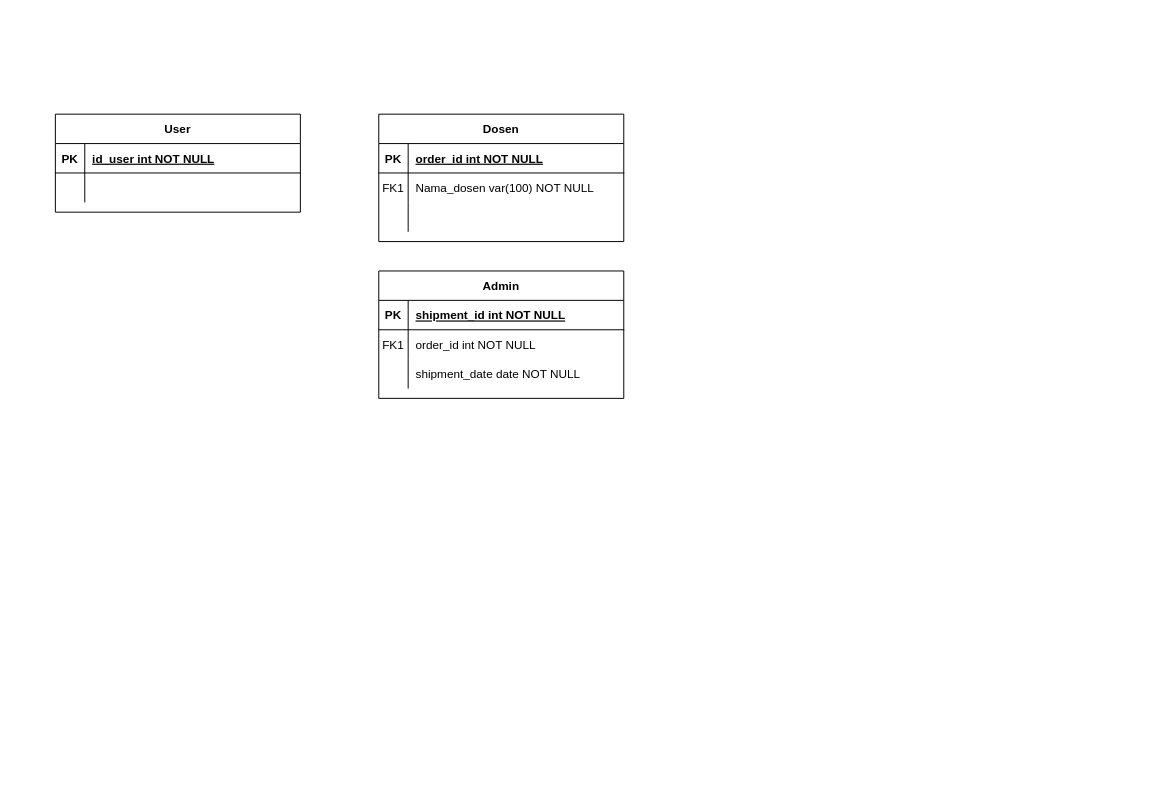
The draw.io diagram Untitled Diagram.drawio in Iknip26/PAD_portofolio_TA, before the edit. Source tidied: cells renumbered, new cells numbered last; positions are measured from the earlier drawing's top-left corner, leaving out a move shared by most shapes. Both pictures are drawn from the tidied source at 98%, with x=0, y=0 at pixel (55, 114).
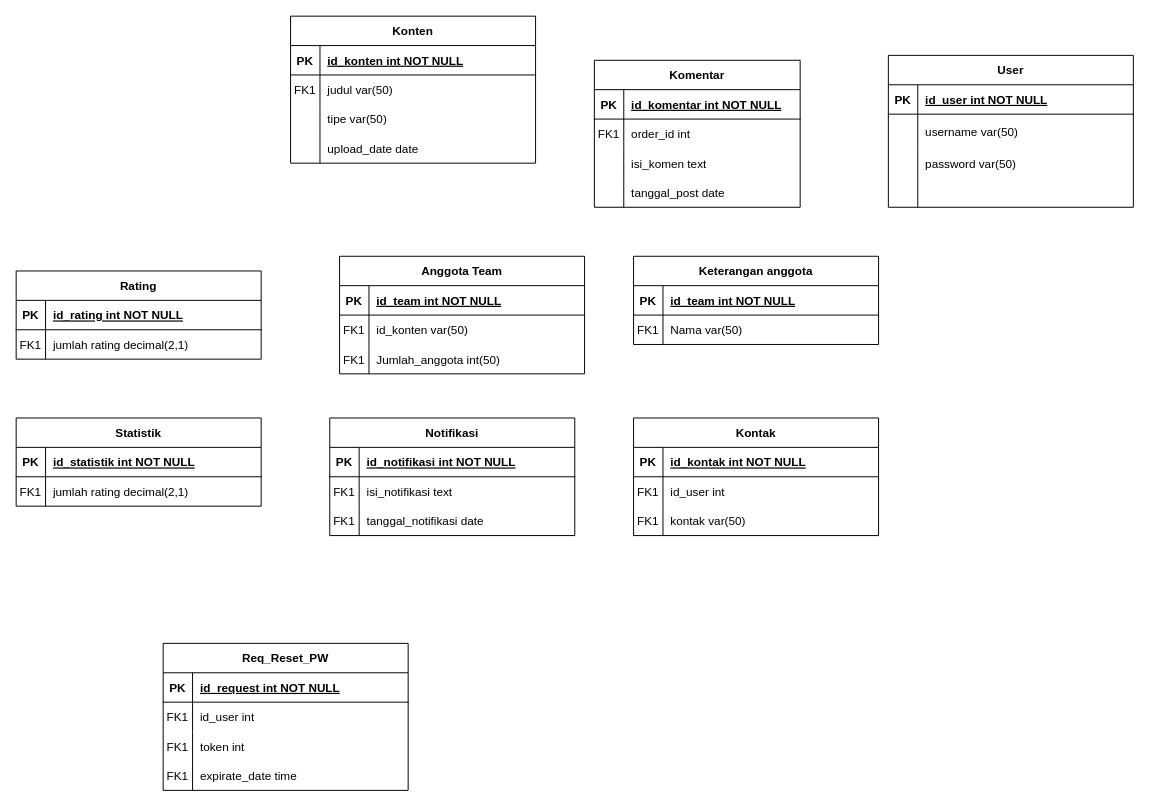
The same page after the edit.

Unchanged cells that the change refers to:
```xml
<mxCell id="3" style="shape=partialRectangle;fillColor=none;top=0;left=0;right=0;bottom=1;" parent="2" vertex="1">
  <mxGeometry y="30" width="250" height="30" as="geometry" />
</mxCell>
<mxCell id="6" style="shape=partialRectangle;fillColor=none;top=0;left=0;right=0;bottom=0;" parent="2" vertex="1">
  <mxGeometry y="60" width="250" height="30" as="geometry" />
</mxCell>
<mxCell id="9" style="shape=partialRectangle;fillColor=none;top=0;left=0;right=0;bottom=0;" parent="2" vertex="1">
  <mxGeometry y="90" width="250" height="30" as="geometry" />
</mxCell>
```

The edit, as a diff of the source:
```diff
@@
-    <mxCell id="2" value="Dosen" style="shape=table;startSize=30;childLayout=tableLayout;rowLines=0;fontStyle=1;align=center;" parent="1" vertex="1">
-      <mxGeometry x="330" width="250" height="130" as="geometry" />
+    <mxCell id="2" value="Konten" style="shape=table;startSize=30;childLayout=tableLayout;rowLines=0;fontStyle=1;align=center;" parent="1" vertex="1">
+      <mxGeometry x="240" y="-100" width="250" height="150" as="geometry" />
     </mxCell>
@@
-    <mxCell id="5" value="order_id int NOT NULL " style="shape=partialRectangle;overflow=hidden;fillColor=none;top=0;left=0;bottom=0;right=0;align=left;spacingLeft=6;fontStyle=5;" parent="3" vertex="1">
+    <mxCell id="5" value="id_konten int NOT NULL " style="shape=partialRectangle;overflow=hidden;fillColor=none;top=0;left=0;bottom=0;right=0;align=left;spacingLeft=6;fontStyle=5;" parent="3" vertex="1">
       <mxGeometry x="30" width="220" height="30" as="geometry" />
     </mxCell>
@@
-    <mxCell id="8" value="Nama_dosen var(100) NOT NULL" style="shape=partialRectangle;overflow=hidden;fillColor=none;top=0;left=0;bottom=0;right=0;align=left;spacingLeft=6;" parent="6" vertex="1">
+    <mxCell id="8" value="judul var(50)" style="shape=partialRectangle;overflow=hidden;fillColor=none;top=0;left=0;bottom=0;right=0;align=left;spacingLeft=6;" parent="6" vertex="1">
       <mxGeometry x="30" width="220" height="30" as="geometry" />
     </mxCell>
@@
-    <mxCell id="11" style="shape=partialRectangle;overflow=hidden;fillColor=none;top=0;left=0;bottom=0;right=0;align=left;spacingLeft=6;" parent="9" vertex="1">
+    <mxCell id="11" value="tipe var(50)" style="shape=partialRectangle;overflow=hidden;fillColor=none;top=0;left=0;bottom=0;right=0;align=left;spacingLeft=6;" parent="9" vertex="1">
       <mxGeometry x="30" width="220" height="30" as="geometry" />
     </mxCell>
+    <mxCell id="29" style="shape=partialRectangle;fillColor=none;top=0;left=0;right=0;bottom=0;" parent="2" vertex="1">
+      <mxGeometry y="120" width="250" height="30" as="geometry" />
+    </mxCell>
+    <mxCell id="30" style="shape=partialRectangle;overflow=hidden;fillColor=none;top=0;left=0;bottom=0;right=0;" parent="29" vertex="1">
+      <mxGeometry width="30" height="30" as="geometry" />
+    </mxCell>
+    <mxCell id="31" value="upload_date date" style="shape=partialRectangle;overflow=hidden;fillColor=none;top=0;left=0;bottom=0;right=0;align=left;spacingLeft=6;" parent="29" vertex="1">
+      <mxGeometry x="30" width="220" height="30" as="geometry" />
+    </mxCell>
-    <mxCell id="12" value="Admin" style="shape=table;startSize=30;childLayout=tableLayout;rowLines=0;fontStyle=1;align=center;" parent="1" vertex="1">
-      <mxGeometry x="330" y="160" width="250" height="130" as="geometry" />
+    <mxCell id="12" value="Komentar" style="shape=table;startSize=30;childLayout=tableLayout;rowLines=0;fontStyle=1;align=center;" parent="1" vertex="1">
+      <mxGeometry x="550" y="-55" width="210" height="150" as="geometry" />
     </mxCell>
     <mxCell id="13" style="shape=partialRectangle;fillColor=none;top=0;left=0;right=0;bottom=1;" parent="12" vertex="1">
-      <mxGeometry y="30" width="250" height="30" as="geometry" />
+      <mxGeometry y="30" width="210" height="30" as="geometry" />
     </mxCell>
@@
-    <mxCell id="15" value="shipment_id int NOT NULL " style="shape=partialRectangle;overflow=hidden;fillColor=none;top=0;left=0;bottom=0;right=0;align=left;spacingLeft=6;fontStyle=5;" parent="13" vertex="1">
-      <mxGeometry x="30" width="220" height="30" as="geometry" />
+    <mxCell id="15" value="id_komentar int NOT NULL " style="shape=partialRectangle;overflow=hidden;fillColor=none;top=0;left=0;bottom=0;right=0;align=left;spacingLeft=6;fontStyle=5;" parent="13" vertex="1">
+      <mxGeometry x="30" width="180" height="30" as="geometry" />
     </mxCell>
     <mxCell id="16" style="shape=partialRectangle;fillColor=none;top=0;left=0;right=0;bottom=0;" parent="12" vertex="1">
-      <mxGeometry y="60" width="250" height="30" as="geometry" />
+      <mxGeometry y="60" width="210" height="30" as="geometry" />
     </mxCell>
@@
-    <mxCell id="18" value="order_id int NOT NULL" style="shape=partialRectangle;overflow=hidden;fillColor=none;top=0;left=0;bottom=0;right=0;align=left;spacingLeft=6;" parent="16" vertex="1">
-      <mxGeometry x="30" width="220" height="30" as="geometry" />
+    <mxCell id="18" value="order_id int" style="shape=partialRectangle;overflow=hidden;fillColor=none;top=0;left=0;bottom=0;right=0;align=left;spacingLeft=6;" parent="16" vertex="1">
+      <mxGeometry x="30" width="180" height="30" as="geometry" />
     </mxCell>
     <mxCell id="19" style="shape=partialRectangle;fillColor=none;top=0;left=0;right=0;bottom=0;" parent="12" vertex="1">
-      <mxGeometry y="90" width="250" height="30" as="geometry" />
+      <mxGeometry y="90" width="210" height="30" as="geometry" />
     </mxCell>
@@
-    <mxCell id="21" value="shipment_date date NOT NULL" style="shape=partialRectangle;overflow=hidden;fillColor=none;top=0;left=0;bottom=0;right=0;align=left;spacingLeft=6;" parent="19" vertex="1">
-      <mxGeometry x="30" width="220" height="30" as="geometry" />
+    <mxCell id="21" value="isi_komen text " style="shape=partialRectangle;overflow=hidden;fillColor=none;top=0;left=0;bottom=0;right=0;align=left;spacingLeft=6;" parent="19" vertex="1">
+      <mxGeometry x="30" width="180" height="30" as="geometry" />
     </mxCell>
+    <mxCell id="32" style="shape=partialRectangle;fillColor=none;top=0;left=0;right=0;bottom=0;" parent="12" vertex="1">
+      <mxGeometry y="120" width="210" height="30" as="geometry" />
+    </mxCell>
+    <mxCell id="33" style="shape=partialRectangle;overflow=hidden;fillColor=none;top=0;left=0;bottom=0;right=0;" parent="32" vertex="1">
+      <mxGeometry width="30" height="30" as="geometry" />
+    </mxCell>
+    <mxCell id="34" value="tanggal_post date" style="shape=partialRectangle;overflow=hidden;fillColor=none;top=0;left=0;bottom=0;right=0;align=left;spacingLeft=6;" parent="32" vertex="1">
+      <mxGeometry x="30" width="180" height="30" as="geometry" />
+    </mxCell>
     <mxCell id="22" value="User" style="shape=table;startSize=30;childLayout=tableLayout;rowLines=0;fontStyle=1;align=center;" parent="1" vertex="1">
-      <mxGeometry width="250" height="100" as="geometry" />
+      <mxGeometry x="850" y="-60" width="250" height="155" as="geometry" />
     </mxCell>
@@
     <mxCell id="26" style="shape=partialRectangle;fillColor=none;top=0;left=0;right=0;bottom=0;" parent="22" vertex="1">
-      <mxGeometry y="60" width="250" height="30" as="geometry" />
+      <mxGeometry y="60" width="250" height="35" as="geometry" />
     </mxCell>
     <mxCell id="27" style="shape=partialRectangle;overflow=hidden;fillColor=none;top=0;left=0;bottom=0;right=0;" parent="26" vertex="1">
-      <mxGeometry width="30" height="30" as="geometry" />
+      <mxGeometry width="30" height="35" as="geometry" />
     </mxCell>
-    <mxCell id="28" style="shape=partialRectangle;overflow=hidden;fillColor=none;top=0;left=0;bottom=0;right=0;align=left;spacingLeft=6;" parent="26" vertex="1">
-      <mxGeometry x="30" width="220" height="30" as="geometry" />
+    <mxCell id="28" value="username var(50) " style="shape=partialRectangle;overflow=hidden;fillColor=none;top=0;left=0;bottom=0;right=0;align=left;spacingLeft=6;" parent="26" vertex="1">
+      <mxGeometry x="30" width="220" height="35" as="geometry" />
     </mxCell>
+    <mxCell id="35" style="shape=partialRectangle;fillColor=none;top=0;left=0;right=0;bottom=0;" parent="22" vertex="1">
+      <mxGeometry y="95" width="250" height="30" as="geometry" />
+    </mxCell>
+    <mxCell id="36" style="shape=partialRectangle;overflow=hidden;fillColor=none;top=0;left=0;bottom=0;right=0;" parent="35" vertex="1">
+      <mxGeometry width="30" height="30" as="geometry" />
+    </mxCell>
+    <mxCell id="37" value="password var(50)" style="shape=partialRectangle;overflow=hidden;fillColor=none;top=0;left=0;bottom=0;right=0;align=left;spacingLeft=6;" parent="35" vertex="1">
+      <mxGeometry x="30" width="220" height="30" as="geometry" />
+    </mxCell>
+    <mxCell id="38" style="shape=partialRectangle;fillColor=none;top=0;left=0;right=0;bottom=0;" parent="22" vertex="1">
+      <mxGeometry y="125" width="250" height="30" as="geometry" />
+    </mxCell>
+    <mxCell id="39" style="shape=partialRectangle;overflow=hidden;fillColor=none;top=0;left=0;bottom=0;right=0;" parent="38" vertex="1">
+      <mxGeometry width="30" height="30" as="geometry" />
+    </mxCell>
+    <mxCell id="40" style="shape=partialRectangle;overflow=hidden;fillColor=none;top=0;left=0;bottom=0;right=0;align=left;spacingLeft=6;" parent="38" vertex="1">
+      <mxGeometry x="30" width="220" height="30" as="geometry" />
+    </mxCell>
+    <mxCell id="41" value="Rating" style="shape=table;startSize=30;childLayout=tableLayout;rowLines=0;fontStyle=1;align=center;" parent="1" vertex="1">
+      <mxGeometry x="-40" y="160" width="250" height="90" as="geometry" />
+    </mxCell>
+    <mxCell id="42" style="shape=partialRectangle;fillColor=none;top=0;left=0;right=0;bottom=1;" parent="41" vertex="1">
+      <mxGeometry y="30" width="250" height="30" as="geometry" />
+    </mxCell>
+    <mxCell id="43" value="PK" style="shape=partialRectangle;overflow=hidden;fillColor=none;top=0;left=0;bottom=0;right=0;fontStyle=1;" parent="42" vertex="1">
+      <mxGeometry width="30" height="30" as="geometry" />
+    </mxCell>
+    <mxCell id="44" value="id_rating int NOT NULL " style="shape=partialRectangle;overflow=hidden;fillColor=none;top=0;left=0;bottom=0;right=0;align=left;spacingLeft=6;fontStyle=5;" parent="42" vertex="1">
+      <mxGeometry x="30" width="220" height="30" as="geometry" />
+    </mxCell>
+    <mxCell id="45" style="shape=partialRectangle;fillColor=none;top=0;left=0;right=0;bottom=0;" parent="41" vertex="1">
+      <mxGeometry y="60" width="250" height="30" as="geometry" />
+    </mxCell>
+    <mxCell id="46" value="FK1" style="shape=partialRectangle;overflow=hidden;fillColor=none;top=0;left=0;bottom=0;right=0;" parent="45" vertex="1">
+      <mxGeometry width="30" height="30" as="geometry" />
+    </mxCell>
+    <mxCell id="47" value="jumlah rating decimal(2,1)" style="shape=partialRectangle;overflow=hidden;fillColor=none;top=0;left=0;bottom=0;right=0;align=left;spacingLeft=6;" parent="45" vertex="1">
+      <mxGeometry x="30" width="220" height="30" as="geometry" />
+    </mxCell>
+    <mxCell id="48" value="Anggota Team" style="shape=table;startSize=30;childLayout=tableLayout;rowLines=0;fontStyle=1;align=center;" parent="1" vertex="1">
+      <mxGeometry x="290" y="145" width="250" height="120" as="geometry" />
+    </mxCell>
+    <mxCell id="49" style="shape=partialRectangle;fillColor=none;top=0;left=0;right=0;bottom=1;" parent="48" vertex="1">
+      <mxGeometry y="30" width="250" height="30" as="geometry" />
+    </mxCell>
+    <mxCell id="50" value="PK" style="shape=partialRectangle;overflow=hidden;fillColor=none;top=0;left=0;bottom=0;right=0;fontStyle=1;" parent="49" vertex="1">
+      <mxGeometry width="30" height="30" as="geometry" />
+    </mxCell>
+    <mxCell id="51" value="id_team int NOT NULL " style="shape=partialRectangle;overflow=hidden;fillColor=none;top=0;left=0;bottom=0;right=0;align=left;spacingLeft=6;fontStyle=5;" parent="49" vertex="1">
+      <mxGeometry x="30" width="220" height="30" as="geometry" />
+    </mxCell>
+    <mxCell id="52" style="shape=partialRectangle;fillColor=none;top=0;left=0;right=0;bottom=0;" parent="48" vertex="1">
+      <mxGeometry y="60" width="250" height="30" as="geometry" />
+    </mxCell>
+    <mxCell id="53" value="FK1" style="shape=partialRectangle;overflow=hidden;fillColor=none;top=0;left=0;bottom=0;right=0;" parent="52" vertex="1">
+      <mxGeometry width="30" height="30" as="geometry" />
+    </mxCell>
+    <mxCell id="54" value="id_konten var(50)" style="shape=partialRectangle;overflow=hidden;fillColor=none;top=0;left=0;bottom=0;right=0;align=left;spacingLeft=6;" parent="52" vertex="1">
+      <mxGeometry x="30" width="220" height="30" as="geometry" />
+    </mxCell>
+    <mxCell id="55" style="shape=partialRectangle;fillColor=none;top=0;left=0;right=0;bottom=0;" parent="48" vertex="1">
+      <mxGeometry y="90" width="250" height="30" as="geometry" />
+    </mxCell>
+    <mxCell id="56" value="FK1" style="shape=partialRectangle;overflow=hidden;fillColor=none;top=0;left=0;bottom=0;right=0;" parent="55" vertex="1">
+      <mxGeometry width="30" height="30" as="geometry" />
+    </mxCell>
+    <mxCell id="57" value="Jumlah_anggota int(50)" style="shape=partialRectangle;overflow=hidden;fillColor=none;top=0;left=0;bottom=0;right=0;align=left;spacingLeft=6;" parent="55" vertex="1">
+      <mxGeometry x="30" width="220" height="30" as="geometry" />
+    </mxCell>
+    <mxCell id="58" value="Keterangan anggota" style="shape=table;startSize=30;childLayout=tableLayout;rowLines=0;fontStyle=1;align=center;" parent="1" vertex="1">
+      <mxGeometry x="590" y="145" width="250" height="90" as="geometry" />
+    </mxCell>
+    <mxCell id="59" style="shape=partialRectangle;fillColor=none;top=0;left=0;right=0;bottom=1;" parent="58" vertex="1">
+      <mxGeometry y="30" width="250" height="30" as="geometry" />
+    </mxCell>
+    <mxCell id="60" value="PK" style="shape=partialRectangle;overflow=hidden;fillColor=none;top=0;left=0;bottom=0;right=0;fontStyle=1;" parent="59" vertex="1">
+      <mxGeometry width="30" height="30" as="geometry" />
+    </mxCell>
+    <mxCell id="61" value="id_team int NOT NULL" style="shape=partialRectangle;overflow=hidden;fillColor=none;top=0;left=0;bottom=0;right=0;align=left;spacingLeft=6;fontStyle=5;" parent="59" vertex="1">
+      <mxGeometry x="30" width="220" height="30" as="geometry" />
+    </mxCell>
+    <mxCell id="62" style="shape=partialRectangle;fillColor=none;top=0;left=0;right=0;bottom=0;" parent="58" vertex="1">
+      <mxGeometry y="60" width="250" height="30" as="geometry" />
+    </mxCell>
+    <mxCell id="63" value="FK1" style="shape=partialRectangle;overflow=hidden;fillColor=none;top=0;left=0;bottom=0;right=0;" parent="62" vertex="1">
+      <mxGeometry width="30" height="30" as="geometry" />
+    </mxCell>
+    <mxCell id="64" value="Nama var(50)" style="shape=partialRectangle;overflow=hidden;fillColor=none;top=0;left=0;bottom=0;right=0;align=left;spacingLeft=6;" parent="62" vertex="1">
+      <mxGeometry x="30" width="220" height="30" as="geometry" />
+    </mxCell>
+    <mxCell id="65" value="Statistik" style="shape=table;startSize=30;childLayout=tableLayout;rowLines=0;fontStyle=1;align=center;" parent="1" vertex="1">
+      <mxGeometry x="-40" y="310" width="250" height="90" as="geometry" />
+    </mxCell>
+    <mxCell id="66" style="shape=partialRectangle;fillColor=none;top=0;left=0;right=0;bottom=1;" parent="65" vertex="1">
+      <mxGeometry y="30" width="250" height="30" as="geometry" />
+    </mxCell>
+    <mxCell id="67" value="PK" style="shape=partialRectangle;overflow=hidden;fillColor=none;top=0;left=0;bottom=0;right=0;fontStyle=1;" parent="66" vertex="1">
+      <mxGeometry width="30" height="30" as="geometry" />
+    </mxCell>
+    <mxCell id="68" value="id_statistik int NOT NULL " style="shape=partialRectangle;overflow=hidden;fillColor=none;top=0;left=0;bottom=0;right=0;align=left;spacingLeft=6;fontStyle=5;" parent="66" vertex="1">
+      <mxGeometry x="30" width="220" height="30" as="geometry" />
+    </mxCell>
+    <mxCell id="69" style="shape=partialRectangle;fillColor=none;top=0;left=0;right=0;bottom=0;" parent="65" vertex="1">
+      <mxGeometry y="60" width="250" height="30" as="geometry" />
+    </mxCell>
+    <mxCell id="70" value="FK1" style="shape=partialRectangle;overflow=hidden;fillColor=none;top=0;left=0;bottom=0;right=0;" parent="69" vertex="1">
+      <mxGeometry width="30" height="30" as="geometry" />
+    </mxCell>
+    <mxCell id="71" value="jumlah rating decimal(2,1)" style="shape=partialRectangle;overflow=hidden;fillColor=none;top=0;left=0;bottom=0;right=0;align=left;spacingLeft=6;" parent="69" vertex="1">
+      <mxGeometry x="30" width="220" height="30" as="geometry" />
+    </mxCell>
+    <mxCell id="72" value="Notifikasi" style="shape=table;startSize=30;childLayout=tableLayout;rowLines=0;fontStyle=1;align=center;" parent="1" vertex="1">
+      <mxGeometry x="280" y="310" width="250" height="120" as="geometry" />
+    </mxCell>
+    <mxCell id="73" style="shape=partialRectangle;fillColor=none;top=0;left=0;right=0;bottom=1;" parent="72" vertex="1">
+      <mxGeometry y="30" width="250" height="30" as="geometry" />
+    </mxCell>
+    <mxCell id="74" value="PK" style="shape=partialRectangle;overflow=hidden;fillColor=none;top=0;left=0;bottom=0;right=0;fontStyle=1;" parent="73" vertex="1">
+      <mxGeometry width="30" height="30" as="geometry" />
+    </mxCell>
+    <mxCell id="75" value="id_notifikasi int NOT NULL " style="shape=partialRectangle;overflow=hidden;fillColor=none;top=0;left=0;bottom=0;right=0;align=left;spacingLeft=6;fontStyle=5;" parent="73" vertex="1">
+      <mxGeometry x="30" width="220" height="30" as="geometry" />
+    </mxCell>
+    <mxCell id="76" style="shape=partialRectangle;fillColor=none;top=0;left=0;right=0;bottom=0;" parent="72" vertex="1">
+      <mxGeometry y="60" width="250" height="30" as="geometry" />
+    </mxCell>
+    <mxCell id="77" value="FK1" style="shape=partialRectangle;overflow=hidden;fillColor=none;top=0;left=0;bottom=0;right=0;" parent="76" vertex="1">
+      <mxGeometry width="30" height="30" as="geometry" />
+    </mxCell>
+    <mxCell id="78" value="isi_notifikasi text" style="shape=partialRectangle;overflow=hidden;fillColor=none;top=0;left=0;bottom=0;right=0;align=left;spacingLeft=6;" parent="76" vertex="1">
+      <mxGeometry x="30" width="220" height="30" as="geometry" />
+    </mxCell>
+    <mxCell id="79" style="shape=partialRectangle;fillColor=none;top=0;left=0;right=0;bottom=0;" parent="72" vertex="1">
+      <mxGeometry y="90" width="250" height="30" as="geometry" />
+    </mxCell>
+    <mxCell id="80" value="FK1" style="shape=partialRectangle;overflow=hidden;fillColor=none;top=0;left=0;bottom=0;right=0;" parent="79" vertex="1">
+      <mxGeometry width="30" height="30" as="geometry" />
+    </mxCell>
+    <mxCell id="81" value="tanggal_notifikasi date" style="shape=partialRectangle;overflow=hidden;fillColor=none;top=0;left=0;bottom=0;right=0;align=left;spacingLeft=6;" parent="79" vertex="1">
+      <mxGeometry x="30" width="220" height="30" as="geometry" />
+    </mxCell>
+    <mxCell id="82" value="Kontak" style="shape=table;startSize=30;childLayout=tableLayout;rowLines=0;fontStyle=1;align=center;" parent="1" vertex="1">
+      <mxGeometry x="590" y="310" width="250" height="120" as="geometry" />
+    </mxCell>
+    <mxCell id="83" style="shape=partialRectangle;fillColor=none;top=0;left=0;right=0;bottom=1;" parent="82" vertex="1">
+      <mxGeometry y="30" width="250" height="30" as="geometry" />
+    </mxCell>
+    <mxCell id="84" value="PK" style="shape=partialRectangle;overflow=hidden;fillColor=none;top=0;left=0;bottom=0;right=0;fontStyle=1;" parent="83" vertex="1">
+      <mxGeometry width="30" height="30" as="geometry" />
+    </mxCell>
+    <mxCell id="85" value="id_kontak int NOT NULL " style="shape=partialRectangle;overflow=hidden;fillColor=none;top=0;left=0;bottom=0;right=0;align=left;spacingLeft=6;fontStyle=5;" parent="83" vertex="1">
+      <mxGeometry x="30" width="220" height="30" as="geometry" />
+    </mxCell>
+    <mxCell id="86" style="shape=partialRectangle;fillColor=none;top=0;left=0;right=0;bottom=0;" parent="82" vertex="1">
+      <mxGeometry y="60" width="250" height="30" as="geometry" />
+    </mxCell>
+    <mxCell id="87" value="FK1" style="shape=partialRectangle;overflow=hidden;fillColor=none;top=0;left=0;bottom=0;right=0;" parent="86" vertex="1">
+      <mxGeometry width="30" height="30" as="geometry" />
+    </mxCell>
+    <mxCell id="88" value="id_user int" style="shape=partialRectangle;overflow=hidden;fillColor=none;top=0;left=0;bottom=0;right=0;align=left;spacingLeft=6;" parent="86" vertex="1">
+      <mxGeometry x="30" width="220" height="30" as="geometry" />
+    </mxCell>
+    <mxCell id="89" style="shape=partialRectangle;fillColor=none;top=0;left=0;right=0;bottom=0;" parent="82" vertex="1">
+      <mxGeometry y="90" width="250" height="30" as="geometry" />
+    </mxCell>
+    <mxCell id="90" value="FK1" style="shape=partialRectangle;overflow=hidden;fillColor=none;top=0;left=0;bottom=0;right=0;" parent="89" vertex="1">
+      <mxGeometry width="30" height="30" as="geometry" />
+    </mxCell>
+    <mxCell id="91" value="kontak var(50)" style="shape=partialRectangle;overflow=hidden;fillColor=none;top=0;left=0;bottom=0;right=0;align=left;spacingLeft=6;" parent="89" vertex="1">
+      <mxGeometry x="30" width="220" height="30" as="geometry" />
+    </mxCell>
+    <mxCell id="92" value="Req_Reset_PW" style="shape=table;startSize=30;childLayout=tableLayout;rowLines=0;fontStyle=1;align=center;" parent="1" vertex="1">
+      <mxGeometry x="110" y="540" width="250" height="150" as="geometry" />
+    </mxCell>
+    <mxCell id="93" style="shape=partialRectangle;fillColor=none;top=0;left=0;right=0;bottom=1;" parent="92" vertex="1">
+      <mxGeometry y="30" width="250" height="30" as="geometry" />
+    </mxCell>
+    <mxCell id="94" value="PK" style="shape=partialRectangle;overflow=hidden;fillColor=none;top=0;left=0;bottom=0;right=0;fontStyle=1;" parent="93" vertex="1">
+      <mxGeometry width="30" height="30" as="geometry" />
+    </mxCell>
+    <mxCell id="95" value="id_request int NOT NULL " style="shape=partialRectangle;overflow=hidden;fillColor=none;top=0;left=0;bottom=0;right=0;align=left;spacingLeft=6;fontStyle=5;" parent="93" vertex="1">
+      <mxGeometry x="30" width="220" height="30" as="geometry" />
+    </mxCell>
+    <mxCell id="96" style="shape=partialRectangle;fillColor=none;top=0;left=0;right=0;bottom=0;" parent="92" vertex="1">
+      <mxGeometry y="60" width="250" height="30" as="geometry" />
+    </mxCell>
+    <mxCell id="97" value="FK1" style="shape=partialRectangle;overflow=hidden;fillColor=none;top=0;left=0;bottom=0;right=0;" parent="96" vertex="1">
+      <mxGeometry width="30" height="30" as="geometry" />
+    </mxCell>
+    <mxCell id="98" value="id_user int" style="shape=partialRectangle;overflow=hidden;fillColor=none;top=0;left=0;bottom=0;right=0;align=left;spacingLeft=6;" parent="96" vertex="1">
+      <mxGeometry x="30" width="220" height="30" as="geometry" />
+    </mxCell>
+    <mxCell id="99" style="shape=partialRectangle;fillColor=none;top=0;left=0;right=0;bottom=0;" parent="92" vertex="1">
+      <mxGeometry y="90" width="250" height="30" as="geometry" />
+    </mxCell>
+    <mxCell id="100" value="FK1" style="shape=partialRectangle;overflow=hidden;fillColor=none;top=0;left=0;bottom=0;right=0;" parent="99" vertex="1">
+      <mxGeometry width="30" height="30" as="geometry" />
+    </mxCell>
+    <mxCell id="101" value="token int" style="shape=partialRectangle;overflow=hidden;fillColor=none;top=0;left=0;bottom=0;right=0;align=left;spacingLeft=6;" parent="99" vertex="1">
+      <mxGeometry x="30" width="220" height="30" as="geometry" />
+    </mxCell>
+    <mxCell id="102" style="shape=partialRectangle;fillColor=none;top=0;left=0;right=0;bottom=0;" parent="92" vertex="1">
+      <mxGeometry y="120" width="250" height="30" as="geometry" />
+    </mxCell>
+    <mxCell id="103" value="FK1" style="shape=partialRectangle;overflow=hidden;fillColor=none;top=0;left=0;bottom=0;right=0;" parent="102" vertex="1">
+      <mxGeometry width="30" height="30" as="geometry" />
+    </mxCell>
+    <mxCell id="104" value="expirate_date time" style="shape=partialRectangle;overflow=hidden;fillColor=none;top=0;left=0;bottom=0;right=0;align=left;spacingLeft=6;" parent="102" vertex="1">
+      <mxGeometry x="30" width="220" height="30" as="geometry" />
+    </mxCell>
```
